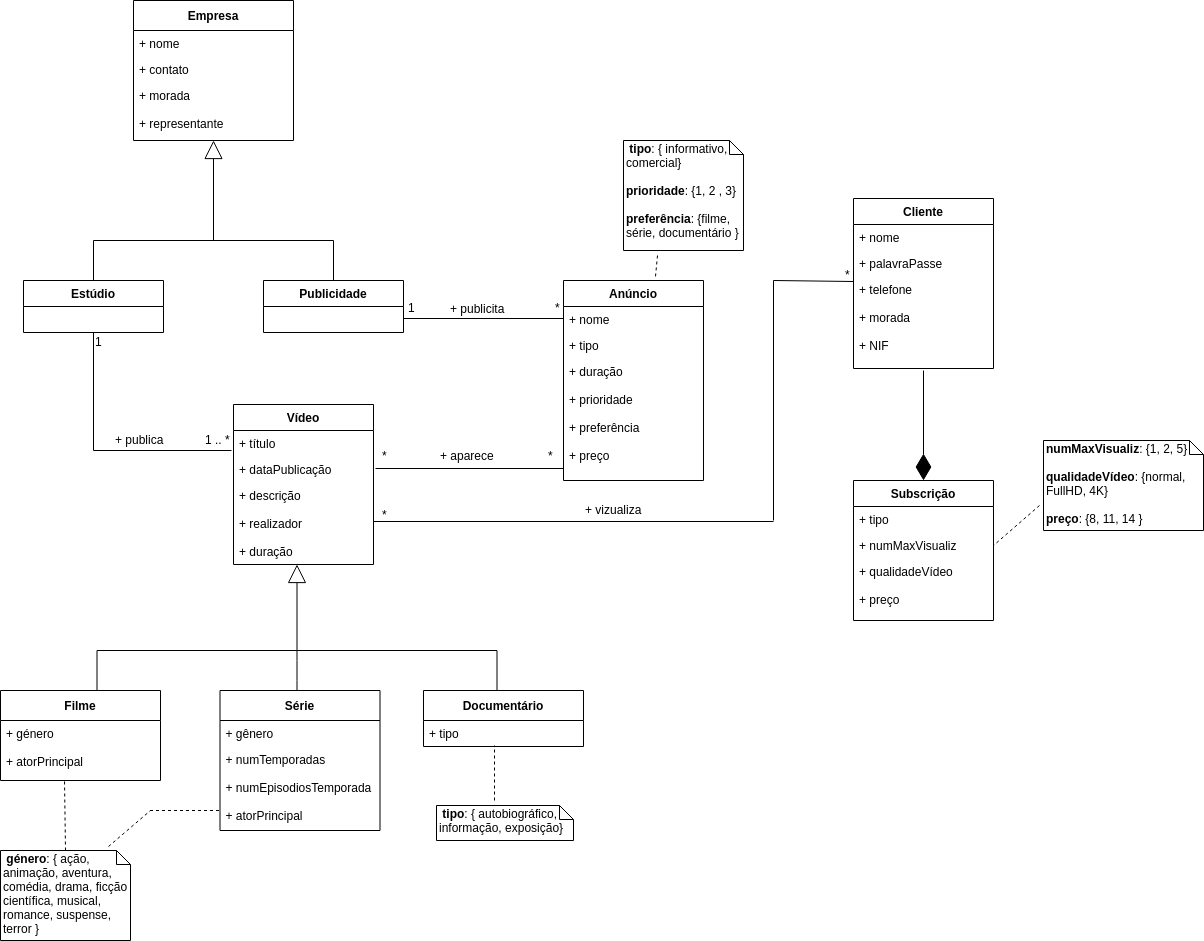
This is projetoPrimeiraParte/UML.png from claudiaidcm/FEUP_BDAD-proj, a draw.io export, as it was before one commit. Source tidied: cells renumbered, new cells last; positions are measured from the earlier drawing's top-left corner, leaving out a move shared by most shapes.
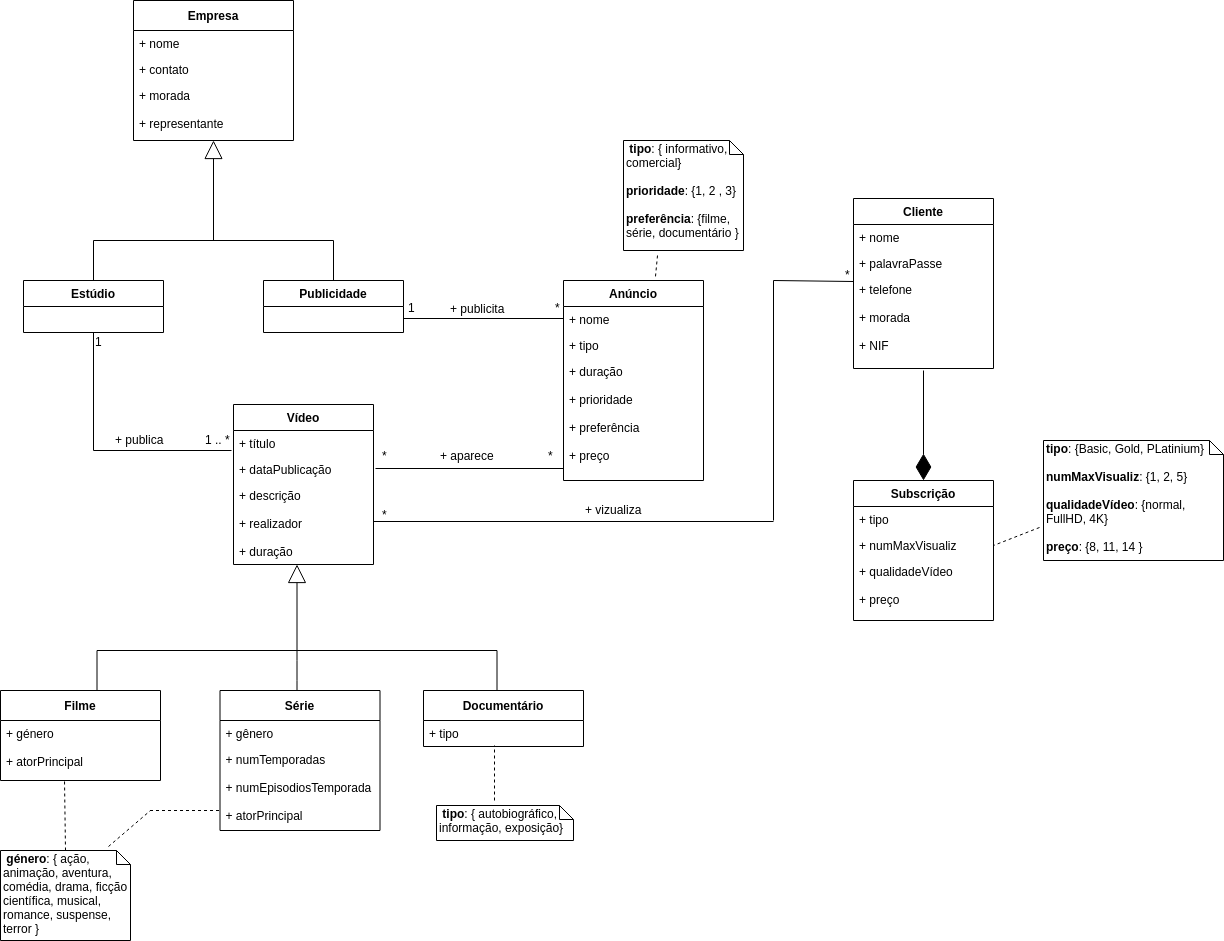
After the commit.

The edit, as a diff of the source:
```diff
@@ -257,8 +257,8 @@
         <mxPoint x="655" y="276" as="targetPoint" />
       </mxGeometry>
     </mxCell>
-    <mxCell id="69" value="&lt;b&gt;numMaxVisualiz&lt;/b&gt;: {1, 2, 5}&lt;br&gt;&lt;br&gt;&lt;b&gt;qualidadeVídeo&lt;/b&gt;: {normal, FullHD, 4K}&lt;br&gt;&lt;br&gt;&lt;b&gt;preço&lt;/b&gt;: {8, 11, 14 }&lt;br&gt;" style="shape=note;whiteSpace=wrap;html=1;size=14;verticalAlign=top;align=left;spacingTop=-6;" parent="1" vertex="1">
-      <mxGeometry x="1043" y="440" width="160" height="90" as="geometry" />
+    <mxCell id="69" value="&lt;b&gt;tipo&lt;/b&gt;: {Basic, Gold, PLatinium}&lt;b&gt;&lt;br&gt;&lt;br&gt;numMaxVisualiz&lt;/b&gt;: {1, 2, 5}&lt;br&gt;&lt;br&gt;&lt;b&gt;qualidadeVídeo&lt;/b&gt;: {normal, FullHD, 4K}&lt;br&gt;&lt;br&gt;&lt;b&gt;preço&lt;/b&gt;: {8, 11, 14 }&lt;br&gt;" style="shape=note;whiteSpace=wrap;html=1;size=14;verticalAlign=top;align=left;spacingTop=-6;" parent="1" vertex="1">
+      <mxGeometry x="1043" y="440" width="180" height="120" as="geometry" />
     </mxCell>
     <mxCell id="70" style="endArrow=none;dashed=1;html=1;exitX=-0.025;exitY=0.727;exitDx=0;exitDy=0;exitPerimeter=0;entryX=1;entryY=0.5;entryDx=0;entryDy=0;" parent="1" edge="1" source="69" target="51">
       <mxGeometry relative="1" as="geometry" />
```
